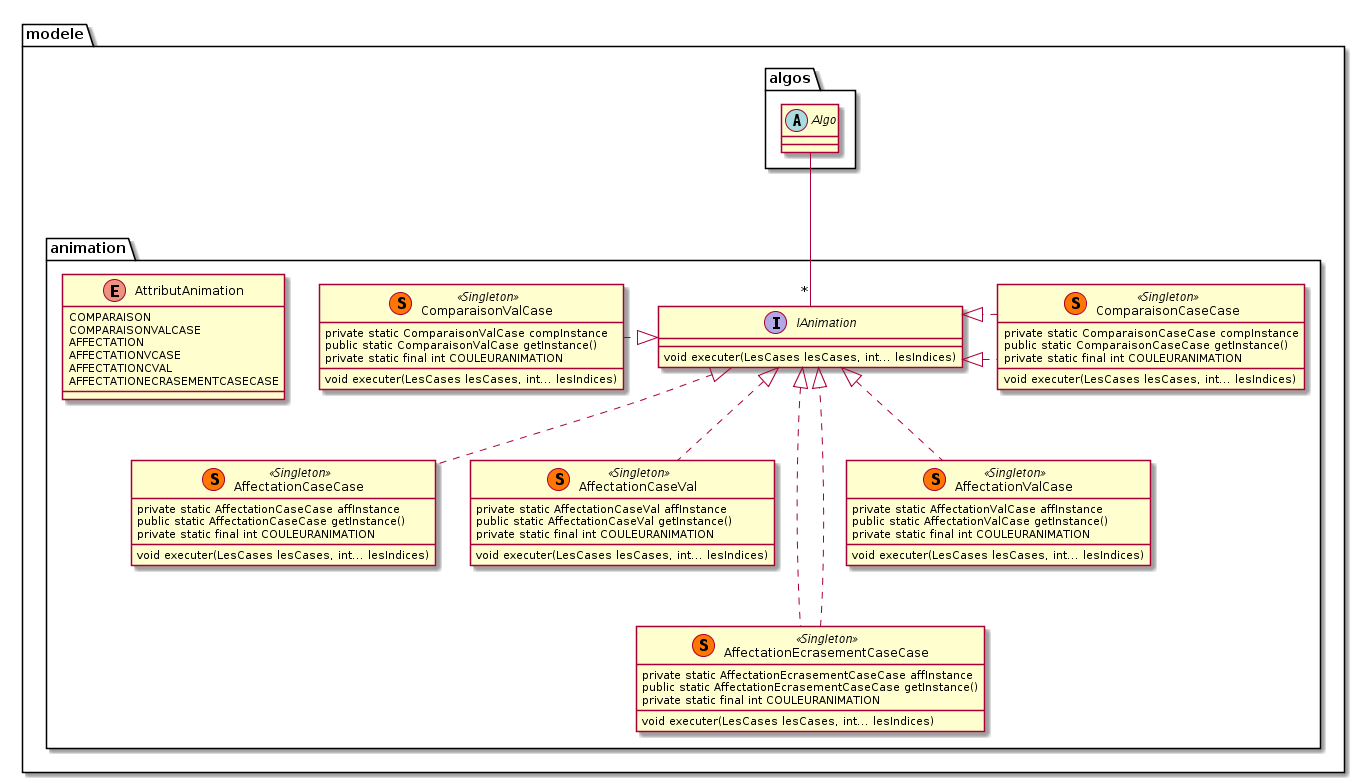
The PlantUML diagram animation.png in Bert54/ToucanProject, before a commit. Its diagram source:
```plantuml
@startuml

package "modele" {

package "algos" {
    abstract class Algo {
    }
  }

package "animation" {
    enum AttributAnimation {
      COMPARAISON
      COMPARAISONVALCASE
      AFFECTATION
      AFFECTATIONVCASE
      AFFECTATIONCVAL
      AFFECTATIONECRASEMENTCASECASE
    }

    class AffectationCaseCase <<(S, #FF7700) Singleton>> implements IAnimation {
      {field} private static AffectationCaseCase affInstance
      {field} public static AffectationCaseCase getInstance()
      {field} private static final int COULEURANIMATION
      void executer(LesCases lesCases, int... lesIndices)
    }

    class AffectationCaseVal <<(S, #FF7700) Singleton>> implements IAnimation {
      {field} private static AffectationCaseVal affInstance
      {field} public static AffectationCaseVal getInstance()
      {field} private static final int COULEURANIMATION
      void executer(LesCases lesCases, int... lesIndices)
    }

    class AffectationEcrasementCaseCase <<(S, #FF7700) Singleton>> implements IAnimation {
      {field} private static AffectationEcrasementCaseCase affInstance
      {field} public static AffectationEcrasementCaseCase getInstance()
      {field} private static final int COULEURANIMATION
      void executer(LesCases lesCases, int... lesIndices)
    }
    AffectationEcrasementCaseCase ...|> IAnimation

    class AffectationValCase <<(S, #FF7700) Singleton>> implements IAnimation {
      {field} private static AffectationValCase affInstance
      {field} public static AffectationValCase getInstance()
      {field} private static final int COULEURANIMATION
      void executer(LesCases lesCases, int... lesIndices)
    }

    class ComparaisonCaseCase <<(S, #FF7700) Singleton>> implements IAnimation {
      {field} private static ComparaisonCaseCase compInstance
      {field} public static ComparaisonCaseCase getInstance()
      {field} private static final int COULEURANIMATION
      void executer(LesCases lesCases, int... lesIndices)
    }
    ComparaisonCaseCase .|> IAnimation

    class ComparaisonValCase <<(S, #FF7700) Singleton>> {
      {field} private static ComparaisonValCase compInstance
      {field} public static ComparaisonValCase getInstance()
      {field} private static final int COULEURANIMATION
      void executer(LesCases lesCases, int... lesIndices)
    }
    ComparaisonValCase .|> IAnimation

    interface IAnimation {
      void executer(LesCases lesCases, int... lesIndices)
    }
    Algo --- "*" IAnimation
  }
}

@enduml
```
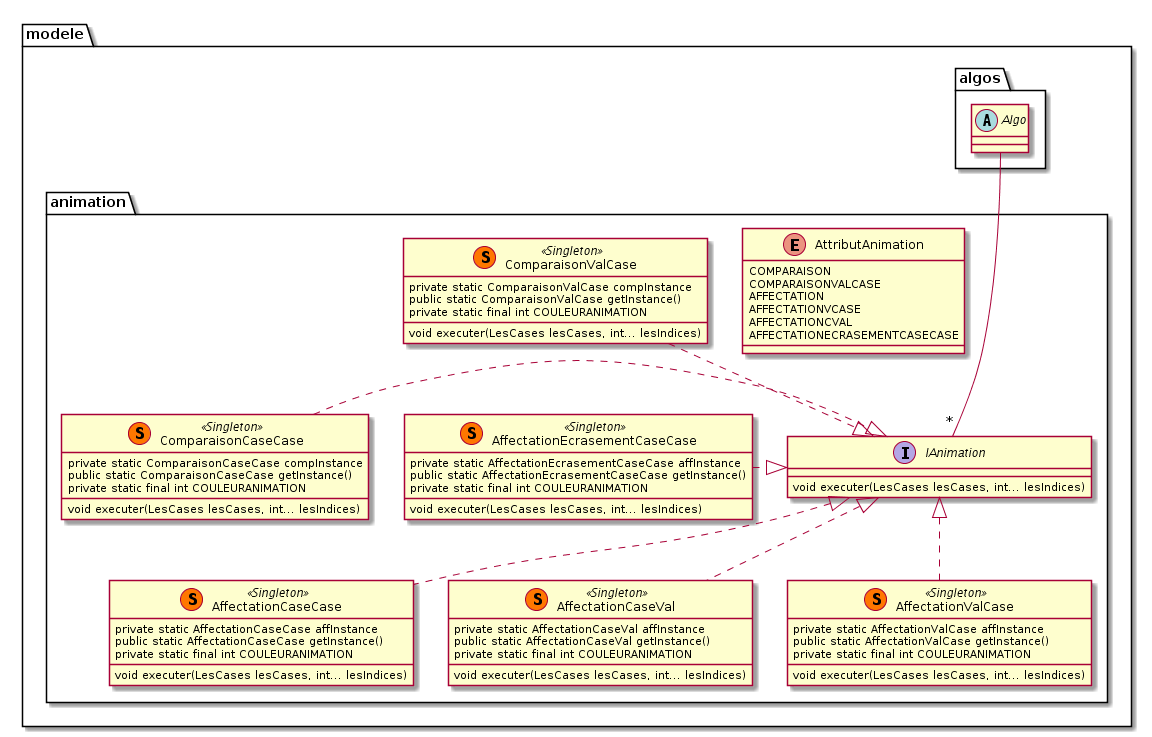
After the commit.

The edit, as a diff of the source:
```diff
@@ -31,13 +31,13 @@
       void executer(LesCases lesCases, int... lesIndices)
     }
 
-    class AffectationEcrasementCaseCase <<(S, #FF7700) Singleton>> implements IAnimation {
+    class AffectationEcrasementCaseCase <<(S, #FF7700) Singleton>> {
       {field} private static AffectationEcrasementCaseCase affInstance
       {field} public static AffectationEcrasementCaseCase getInstance()
       {field} private static final int COULEURANIMATION
       void executer(LesCases lesCases, int... lesIndices)
     }
-    AffectationEcrasementCaseCase ...|> IAnimation
+    AffectationEcrasementCaseCase .|> IAnimation
 
     class AffectationValCase <<(S, #FF7700) Singleton>> implements IAnimation {
       {field} private static AffectationValCase affInstance
@@ -46,7 +46,7 @@
       void executer(LesCases lesCases, int... lesIndices)
     }
 
-    class ComparaisonCaseCase <<(S, #FF7700) Singleton>> implements IAnimation {
+    class ComparaisonCaseCase <<(S, #FF7700) Singleton>> {
       {field} private static ComparaisonCaseCase compInstance
       {field} public static ComparaisonCaseCase getInstance()
       {field} private static final int COULEURANIMATION
@@ -60,7 +60,7 @@
       {field} private static final int COULEURANIMATION
       void executer(LesCases lesCases, int... lesIndices)
     }
-    ComparaisonValCase .|> IAnimation
+    ComparaisonValCase ..|> IAnimation
 
     interface IAnimation {
       void executer(LesCases lesCases, int... lesIndices)
```
